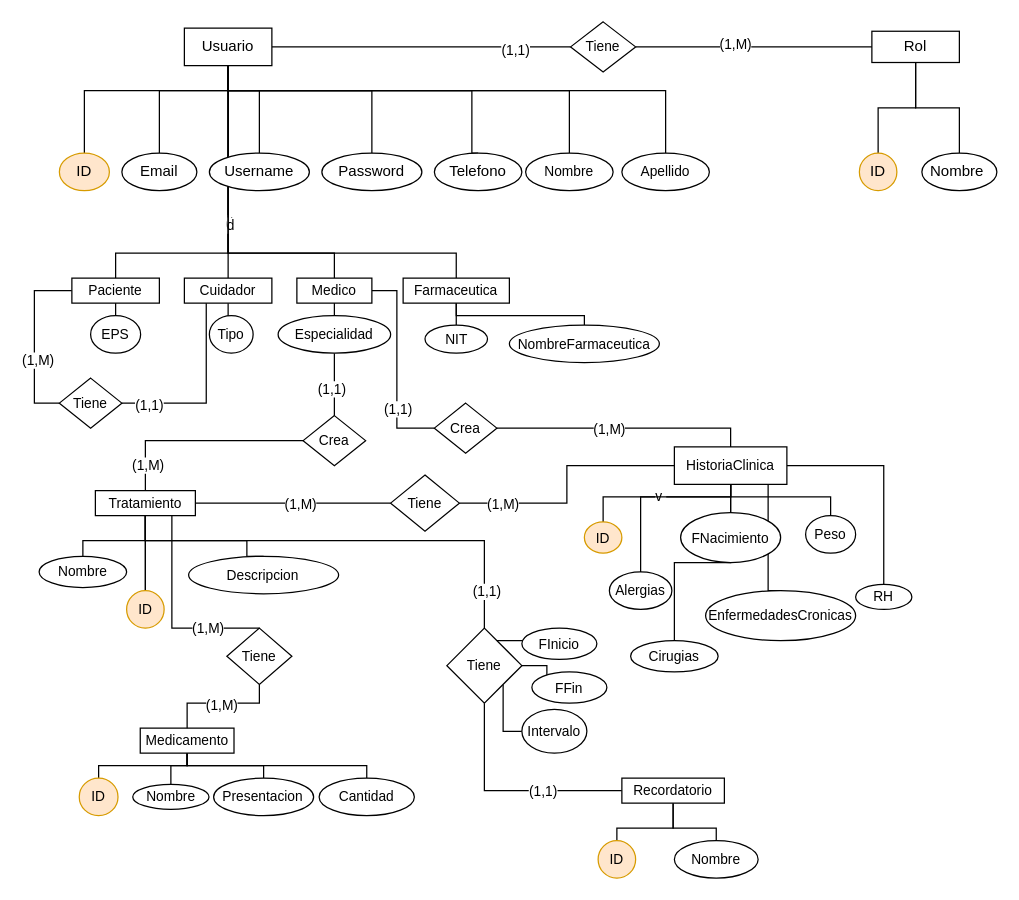
Above: MER MedTrack.drawio in jhosebro/Bases-de-datos (draw.io), before the change. Source tidied: cells renumbered, new cells numbered last; positions are measured from the earlier drawing's top-left corner, leaving out a move shared by most shapes. Both pictures are drawn from the tidied source at 125%, with x=0, y=0 at pixel (34, 21).
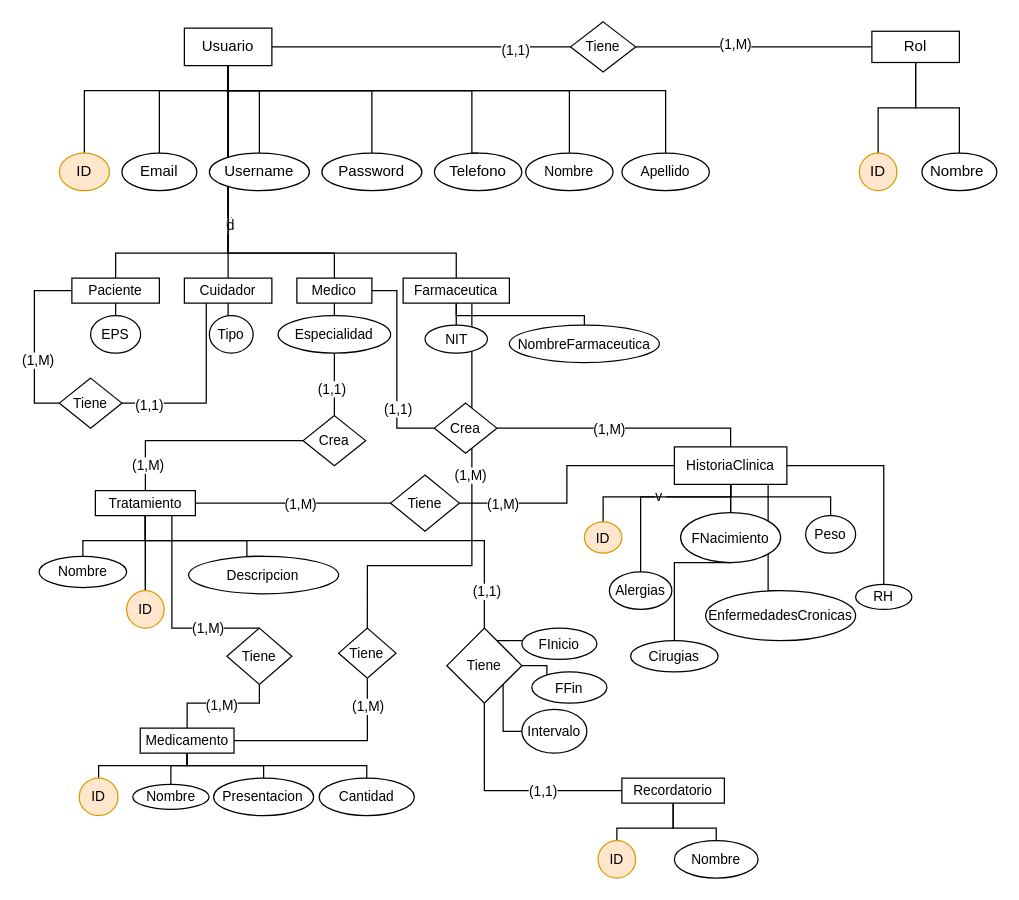
After the change.

Unchanged cells that the change refers to:
```xml
<mxCell id="64" value="Farmaceutica" style="rounded=0;whiteSpace=wrap;html=1;fontFamily=Helvetica;fontSize=11;fontColor=default;" parent="1" vertex="1">
  <mxGeometry x="295" y="205" width="85" height="20" as="geometry" />
</mxCell>
<mxCell id="83" value="Medicamento" style="rounded=0;whiteSpace=wrap;html=1;fontFamily=Helvetica;fontSize=11;fontColor=default;" parent="1" vertex="1">
  <mxGeometry x="84.7" y="565" width="75" height="20" as="geometry" />
</mxCell>
```

What changed in the source:
```diff
@@
+    <mxCell id="120" style="edgeStyle=orthogonalEdgeStyle;shape=connector;rounded=0;jettySize=auto;html=1;entryX=0.5;entryY=0;entryDx=0;entryDy=0;labelBackgroundColor=default;strokeColor=default;align=center;verticalAlign=middle;fontFamily=Helvetica;fontSize=11;fontColor=default;endArrow=none;endFill=0;" parent="1" edge="1" source="64" target="124">
+      <mxGeometry relative="1" as="geometry">
+        <Array as="points">
+          <mxPoint x="350" y="435" />
+          <mxPoint x="266" y="435" />
+        </Array>
+      </mxGeometry>
+    </mxCell>
+    <mxCell id="121" value="(1,M)" style="edgeLabel;html=1;align=center;verticalAlign=middle;fontSize=11;fontFamily=Helvetica;fontColor=default;" parent="120" vertex="1">
+      <mxGeometry x="-0.2" y="-2" relative="1" as="geometry" />
+    </mxCell>
@@
+    <mxCell id="122" style="edgeStyle=orthogonalEdgeStyle;shape=connector;rounded=0;jettySize=auto;html=1;entryX=0.5;entryY=1;entryDx=0;entryDy=0;labelBackgroundColor=default;strokeColor=default;align=center;verticalAlign=middle;fontFamily=Helvetica;fontSize=11;fontColor=default;endArrow=none;endFill=0;" parent="1" edge="1" source="83" target="124">
+      <mxGeometry relative="1" as="geometry" />
+    </mxCell>
+    <mxCell id="123" value="(1,M)" style="edgeLabel;html=1;align=center;verticalAlign=middle;fontSize=11;fontFamily=Helvetica;fontColor=default;" parent="122" vertex="1">
+      <mxGeometry x="0.71" relative="1" as="geometry" />
+    </mxCell>
@@
+    <mxCell id="124" value="Tiene" style="rhombus;whiteSpace=wrap;html=1;fontFamily=Helvetica;fontSize=11;fontColor=default;" parent="1" vertex="1">
+      <mxGeometry x="243.4" y="485" width="45.9" height="40" as="geometry" />
+    </mxCell>
```
